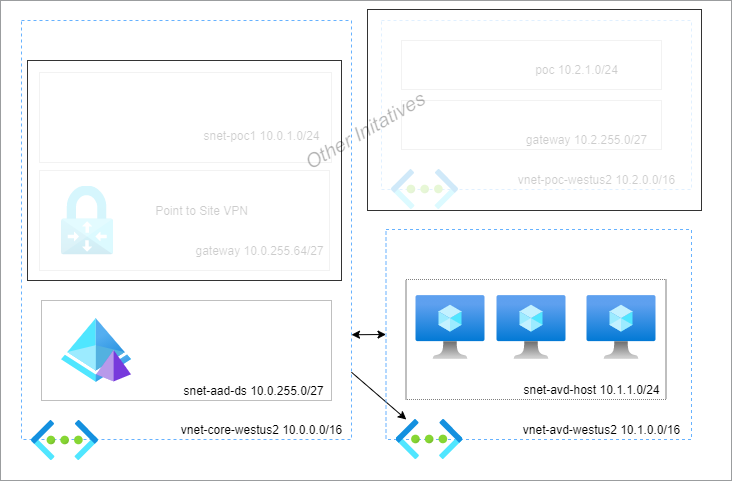
Before: docs/networkoverview.png, a diagram exported from draw.io (surbhiagarwal1601/avd_automation). Source tidied: cells renumbered, new cells last; positions are measured from the earlier drawing's top-left corner, leaving out a move shared by most shapes. Its diagram source:
```xml
<mxGraphModel>
  <root>
    <mxCell id="0" />
    <mxCell id="1" parent="0" />
    <mxCell id="2" style="whiteSpace=wrap;html=1;dashed=1;dashPattern=1 1;strokeColor=#36393d;fillColor=#FFFFFF;" parent="1" vertex="1">
      <mxGeometry width="731" height="480" as="geometry" />
    </mxCell>
    <mxCell id="3" style="edgeStyle=none;html=1;" parent="1" edge="1" source="4" target="12">
      <mxGeometry relative="1" as="geometry" />
    </mxCell>
    <mxCell id="4" style="whiteSpace=wrap;html=1;fillColor=none;dashed=1;strokeColor=#66B2FF;" parent="1" vertex="1">
      <mxGeometry x="21" y="20" width="330" height="419" as="geometry" />
    </mxCell>
    <mxCell id="5" style="whiteSpace=wrap;html=1;dashed=1;strokeColor=#808080;fillColor=none;dashPattern=1 1;" parent="1" vertex="1">
      <mxGeometry x="41" y="300" width="290" height="100" as="geometry" />
    </mxCell>
    <mxCell id="6" style="html=1;align=center;image;fontSize=12;image=img/lib/azure2/networking/Virtual_Networks.svg;" parent="1" vertex="1">
      <mxGeometry x="31" y="420" width="67" height="40" as="geometry" />
    </mxCell>
    <mxCell id="7" style="edgeStyle=none;html=1;startArrow=classic;startFill=1;strokeColor=#000000;entryX=1;entryY=0.75;entryDx=0;entryDy=0;exitX=0;exitY=0.5;exitDx=0;exitDy=0;" parent="1" edge="1" source="8" target="4">
      <mxGeometry relative="1" as="geometry" />
    </mxCell>
    <mxCell id="8" style="whiteSpace=wrap;html=1;fillColor=none;dashed=1;strokeColor=#66B2FF;" parent="1" vertex="1">
      <mxGeometry x="385.5" y="229" width="305.5" height="210" as="geometry" />
    </mxCell>
    <mxCell id="9" value="vnet-core-westus2 10.0.0.0/16" style="text;html=1;align=center;verticalAlign=middle;fillColor=none;strokeColor=none;rounded=0;dashed=1;dashPattern=1 1;fontColor=#000000;" parent="1" vertex="1">
      <mxGeometry x="171" y="419" width="180" height="20" as="geometry" />
    </mxCell>
    <mxCell id="10" value="snet-aad-ds 10.0.255.0/27" style="text;html=1;align=center;verticalAlign=middle;fillColor=none;strokeColor=none;rounded=0;dashed=1;dashPattern=1 1;fontColor=#000000;" parent="1" vertex="1">
      <mxGeometry x="173" y="380" width="160" height="20" as="geometry" />
    </mxCell>
    <mxCell id="11" style="whiteSpace=wrap;html=1;dashed=1;strokeColor=#808080;fillColor=none;dashPattern=1 1;" parent="1" vertex="1">
      <mxGeometry x="405.5" y="279" width="260" height="120" as="geometry" />
    </mxCell>
    <mxCell id="12" style="html=1;points=[];align=center;image;fontSize=12;image=img/lib/azure2/networking/Virtual_Networks.svg;" parent="1" vertex="1">
      <mxGeometry x="395.5" y="419" width="67" height="40" as="geometry" />
    </mxCell>
    <mxCell id="13" value="vnet-avd-westus2 10.1.0.0/16" style="text;html=1;align=center;verticalAlign=middle;fillColor=none;strokeColor=none;rounded=0;dashed=1;dashPattern=1 1;fontColor=#000000;" parent="1" vertex="1">
      <mxGeometry x="515.5" y="419" width="170" height="20" as="geometry" />
    </mxCell>
    <mxCell id="14" value="snet-avd-host 10.1.1.0/24" style="text;html=1;align=center;verticalAlign=middle;fillColor=none;strokeColor=none;rounded=0;dashed=1;dashPattern=1 1;fontColor=#000000;" parent="1" vertex="1">
      <mxGeometry x="515.5" y="379" width="150" height="20" as="geometry" />
    </mxCell>
    <mxCell id="15" style="html=1;align=center;image;fontSize=12;image=img/lib/azure2/compute/Virtual_Machine.svg;dashed=1;dashPattern=1 1;strokeColor=#808080;fillColor=none;" parent="1" vertex="1">
      <mxGeometry x="415.5" y="295" width="69" height="64" as="geometry" />
    </mxCell>
    <mxCell id="16" style="html=1;align=center;image;fontSize=12;image=img/lib/azure2/compute/Virtual_Machine.svg;dashed=1;dashPattern=1 1;strokeColor=#808080;fillColor=none;" parent="1" vertex="1">
      <mxGeometry x="496.5" y="295" width="69" height="64" as="geometry" />
    </mxCell>
    <mxCell id="17" style="html=1;align=center;image;fontSize=12;image=img/lib/azure2/compute/Virtual_Machine.svg;dashed=1;dashPattern=1 1;strokeColor=#808080;fillColor=none;" parent="1" vertex="1">
      <mxGeometry x="586.5" y="295" width="69" height="64" as="geometry" />
    </mxCell>
    <mxCell id="18" style="html=1;align=center;image;fontSize=12;image=img/lib/azure2/identity/Azure_AD_Domain_Services.svg;dashed=1;dashPattern=1 1;strokeColor=#808080;fillColor=none;" parent="1" vertex="1">
      <mxGeometry x="61" y="318" width="70" height="64" as="geometry" />
    </mxCell>
    <mxCell id="19" style="whiteSpace=wrap;html=1;fillColor=none;dashed=1;strokeColor=#66B2FF;" parent="1" vertex="1">
      <mxGeometry x="381" y="20" width="310" height="169" as="geometry" />
    </mxCell>
    <mxCell id="20" style="whiteSpace=wrap;html=1;dashed=1;strokeColor=#808080;fillColor=none;dashPattern=1 1;" parent="1" vertex="1">
      <mxGeometry x="401" y="100" width="260" height="49" as="geometry" />
    </mxCell>
    <mxCell id="21" style="html=1;align=center;image;fontSize=12;image=img/lib/azure2/networking/Virtual_Networks.svg;" parent="1" vertex="1">
      <mxGeometry x="391" y="169" width="67" height="40" as="geometry" />
    </mxCell>
    <mxCell id="22" value="vnet-poc-westus2 10.2.0.0/16" style="text;html=1;align=center;verticalAlign=middle;fillColor=none;strokeColor=none;rounded=0;dashed=1;dashPattern=1 1;fontColor=#000000;" parent="1" vertex="1">
      <mxGeometry x="511" y="169" width="170" height="20" as="geometry" />
    </mxCell>
    <mxCell id="23" value="gateway 10.2.255.0/27" style="text;html=1;align=center;verticalAlign=middle;fillColor=none;strokeColor=none;rounded=0;dashed=1;dashPattern=1 1;fontColor=#000000;" parent="1" vertex="1">
      <mxGeometry x="516" y="129" width="140" height="20" as="geometry" />
    </mxCell>
    <mxCell id="24" style="whiteSpace=wrap;html=1;dashed=1;strokeColor=#808080;fillColor=none;dashPattern=1 1;" parent="1" vertex="1">
      <mxGeometry x="401" y="40" width="260" height="49" as="geometry" />
    </mxCell>
    <mxCell id="25" value="poc 10.2.1.0/24" style="text;html=1;align=center;verticalAlign=middle;fillColor=none;strokeColor=none;rounded=0;dashed=1;dashPattern=1 1;fontColor=#000000;" parent="1" vertex="1">
      <mxGeometry x="526" y="59" width="100" height="20" as="geometry" />
    </mxCell>
    <mxCell id="26" style="whiteSpace=wrap;html=1;dashed=1;strokeColor=#808080;fillColor=none;dashPattern=1 1;" parent="1" vertex="1">
      <mxGeometry x="39" y="170" width="290" height="100" as="geometry" />
    </mxCell>
    <mxCell id="27" style="whiteSpace=wrap;html=1;dashed=1;strokeColor=#808080;fillColor=none;dashPattern=1 1;" parent="1" vertex="1">
      <mxGeometry x="39" y="72" width="292" height="90" as="geometry" />
    </mxCell>
    <mxCell id="28" value="snet-poc1 10.0.1.0/24" style="text;html=1;align=center;verticalAlign=middle;fillColor=none;strokeColor=none;rounded=0;dashed=1;dashPattern=1 1;fontColor=#000000;" parent="1" vertex="1">
      <mxGeometry x="196" y="125" width="130" height="20" as="geometry" />
    </mxCell>
    <mxCell id="29" value="gateway 10.0.255.64/27" style="text;html=1;align=center;verticalAlign=middle;fillColor=none;strokeColor=none;rounded=0;dashed=1;dashPattern=1 1;fontColor=#000000;" parent="1" vertex="1">
      <mxGeometry x="189" y="240" width="140" height="20" as="geometry" />
    </mxCell>
    <mxCell id="30" style="html=1;align=center;image;fontSize=12;image=img/lib/azure2/networking/Virtual_Network_Gateways.svg;" parent="1" vertex="1">
      <mxGeometry x="61" y="185.5" width="52" height="69" as="geometry" />
    </mxCell>
    <mxCell id="31" value="&lt;font color=&quot;#000000&quot;&gt;Point to Site VPN&lt;/font&gt;" style="text;html=1;align=center;verticalAlign=middle;fillColor=none;strokeColor=none;rounded=0;" parent="1" vertex="1">
      <mxGeometry x="146" y="200" width="110" height="20" as="geometry" />
    </mxCell>
    <mxCell id="32" style="whiteSpace=wrap;html=1;fontColor=#000000;fillColor=#FFFFFF;gradientColor=none;opacity=80;" parent="1" vertex="1">
      <mxGeometry x="27" y="60" width="314" height="220" as="geometry" />
    </mxCell>
    <mxCell id="33" style="whiteSpace=wrap;html=1;fontColor=#000000;fillColor=#FFFFFF;gradientColor=none;opacity=80;" parent="1" vertex="1">
      <mxGeometry x="367" y="9" width="334" height="201" as="geometry" />
    </mxCell>
    <mxCell id="34" value="&lt;i style=&quot;font-size: 20px;&quot;&gt;&lt;font style=&quot;font-size: 20px;&quot;&gt;Other Initatives&lt;/font&gt;&lt;/i&gt;" style="text;html=1;align=center;verticalAlign=middle;rounded=0;rotation=-30;fillColor=none;fontColor=#000000;strokeColor=none;opacity=40;fontSize=20;textOpacity=30;" parent="1" vertex="1">
      <mxGeometry x="288.5" y="115" width="150" height="30" as="geometry" />
    </mxCell>
  </root>
</mxGraphModel>
```
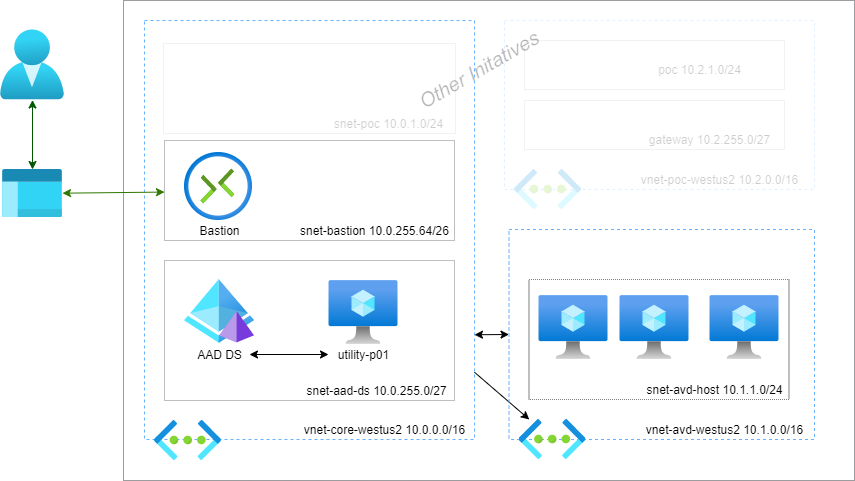
After the commit.

Change to the diagram source:
```diff
@@ -12,7 +12,7 @@
       <mxGeometry x="21" y="20" width="330" height="419" as="geometry" />
     </mxCell>
     <mxCell id="5" style="whiteSpace=wrap;html=1;dashed=1;strokeColor=#808080;fillColor=none;dashPattern=1 1;" parent="1" vertex="1">
-      <mxGeometry x="41" y="300" width="290" height="100" as="geometry" />
+      <mxGeometry x="41" y="260" width="290" height="140" as="geometry" />
     </mxCell>
     <mxCell id="6" style="html=1;align=center;image;fontSize=12;image=img/lib/azure2/networking/Virtual_Networks.svg;" parent="1" vertex="1">
       <mxGeometry x="31" y="420" width="67" height="40" as="geometry" />
@@ -51,7 +51,7 @@
       <mxGeometry x="586.5" y="295" width="69" height="64" as="geometry" />
     </mxCell>
     <mxCell id="18" style="html=1;align=center;image;fontSize=12;image=img/lib/azure2/identity/Azure_AD_Domain_Services.svg;dashed=1;dashPattern=1 1;strokeColor=#808080;fillColor=none;" parent="1" vertex="1">
-      <mxGeometry x="61" y="318" width="70" height="64" as="geometry" />
+      <mxGeometry x="61" y="279" width="70" height="64" as="geometry" />
     </mxCell>
     <mxCell id="19" style="whiteSpace=wrap;html=1;fillColor=none;dashed=1;strokeColor=#66B2FF;" parent="1" vertex="1">
       <mxGeometry x="381" y="20" width="310" height="169" as="geometry" />
@@ -75,31 +75,55 @@
       <mxGeometry x="526" y="59" width="100" height="20" as="geometry" />
     </mxCell>
     <mxCell id="26" style="whiteSpace=wrap;html=1;dashed=1;strokeColor=#808080;fillColor=none;dashPattern=1 1;" parent="1" vertex="1">
-      <mxGeometry x="39" y="170" width="290" height="100" as="geometry" />
+      <mxGeometry x="41" y="140" width="290" height="100" as="geometry" />
     </mxCell>
     <mxCell id="27" style="whiteSpace=wrap;html=1;dashed=1;strokeColor=#808080;fillColor=none;dashPattern=1 1;" parent="1" vertex="1">
-      <mxGeometry x="39" y="72" width="292" height="90" as="geometry" />
+      <mxGeometry x="40" y="43" width="292" height="90" as="geometry" />
     </mxCell>
-    <mxCell id="28" value="snet-poc1 10.0.1.0/24" style="text;html=1;align=center;verticalAlign=middle;fillColor=none;strokeColor=none;rounded=0;dashed=1;dashPattern=1 1;fontColor=#000000;" parent="1" vertex="1">
-      <mxGeometry x="196" y="125" width="130" height="20" as="geometry" />
+    <mxCell id="28" value="snet-poc 10.0.1.0/24" style="text;html=1;align=center;verticalAlign=middle;fillColor=none;strokeColor=none;rounded=0;dashed=1;dashPattern=1 1;fontColor=#000000;" parent="1" vertex="1">
+      <mxGeometry x="200" y="113" width="130" height="20" as="geometry" />
     </mxCell>
-    <mxCell id="29" value="gateway 10.0.255.64/27" style="text;html=1;align=center;verticalAlign=middle;fillColor=none;strokeColor=none;rounded=0;dashed=1;dashPattern=1 1;fontColor=#000000;" parent="1" vertex="1">
-      <mxGeometry x="189" y="240" width="140" height="20" as="geometry" />
+    <mxCell id="29" value="snet-bastion 10.0.255.64/26" style="text;html=1;align=center;verticalAlign=middle;fillColor=none;strokeColor=none;rounded=0;dashed=1;dashPattern=1 1;fontColor=#000000;" parent="1" vertex="1">
+      <mxGeometry x="171" y="220" width="160" height="20" as="geometry" />
     </mxCell>
-    <mxCell id="30" style="html=1;align=center;image;fontSize=12;image=img/lib/azure2/networking/Virtual_Network_Gateways.svg;" parent="1" vertex="1">
-      <mxGeometry x="61" y="185.5" width="52" height="69" as="geometry" />
-    </mxCell>
-    <mxCell id="31" value="&lt;font color=&quot;#000000&quot;&gt;Point to Site VPN&lt;/font&gt;" style="text;html=1;align=center;verticalAlign=middle;fillColor=none;strokeColor=none;rounded=0;" parent="1" vertex="1">
-      <mxGeometry x="146" y="200" width="110" height="20" as="geometry" />
-    </mxCell>
-    <mxCell id="32" style="whiteSpace=wrap;html=1;fontColor=#000000;fillColor=#FFFFFF;gradientColor=none;opacity=80;" parent="1" vertex="1">
-      <mxGeometry x="27" y="60" width="314" height="220" as="geometry" />
-    </mxCell>
-    <mxCell id="33" style="whiteSpace=wrap;html=1;fontColor=#000000;fillColor=#FFFFFF;gradientColor=none;opacity=80;" parent="1" vertex="1">
+    <mxCell id="33" style="whiteSpace=wrap;html=1;fontColor=#000000;fillColor=#FFFFFF;gradientColor=none;opacity=80;strokeColor=none;" parent="1" vertex="1">
       <mxGeometry x="367" y="9" width="334" height="201" as="geometry" />
     </mxCell>
+    <mxCell id="35" style="html=1;align=center;image;fontSize=12;image=img/lib/azure2/compute/Virtual_Machine.svg;dashed=1;dashPattern=1 1;strokeColor=#808080;fillColor=none;" parent="1" vertex="1">
+      <mxGeometry x="205.5" y="280" width="69" height="64" as="geometry" />
+    </mxCell>
+    <mxCell id="36" style="edgeStyle=none;html=1;startArrow=classic;startFill=1;endArrow=classic;endFill=1;" parent="1" edge="1" source="37" target="38">
+      <mxGeometry relative="1" as="geometry" />
+    </mxCell>
+    <mxCell id="37" value="&lt;font color=&quot;#000000&quot;&gt;utility-p01&lt;/font&gt;" style="text;html=1;align=center;verticalAlign=middle;points=[];fillColor=none;strokeColor=none;rounded=0;" parent="1" vertex="1">
+      <mxGeometry x="205" y="344" width="70" height="20" as="geometry" />
+    </mxCell>
+    <mxCell id="38" value="&lt;font color=&quot;#000000&quot;&gt;AAD DS&lt;/font&gt;" style="text;html=1;align=center;verticalAlign=middle;points=[];fillColor=none;strokeColor=none;rounded=0;" parent="1" vertex="1">
+      <mxGeometry x="66" y="344" width="60" height="20" as="geometry" />
+    </mxCell>
+    <mxCell id="39" style="whiteSpace=wrap;html=1;fontColor=#000000;fillColor=#FFFFFF;gradientColor=none;opacity=80;strokeColor=none;" parent="1" vertex="1">
+      <mxGeometry x="31" y="38" width="310" height="100" as="geometry" />
+    </mxCell>
     <mxCell id="34" value="&lt;i style=&quot;font-size: 20px;&quot;&gt;&lt;font style=&quot;font-size: 20px;&quot;&gt;Other Initatives&lt;/font&gt;&lt;/i&gt;" style="text;html=1;align=center;verticalAlign=middle;rounded=0;rotation=-30;fillColor=none;fontColor=#000000;strokeColor=none;opacity=40;fontSize=20;textOpacity=30;" parent="1" vertex="1">
-      <mxGeometry x="288.5" y="115" width="150" height="30" as="geometry" />
+      <mxGeometry x="280" y="54" width="150" height="30" as="geometry" />
     </mxCell>
+    <mxCell id="40" style="html=1;points=[];align=center;image;fontSize=12;image=img/lib/azure2/identity/Users.svg;" parent="1" vertex="1">
+      <mxGeometry x="-123" y="29.5" width="64" height="70" as="geometry" />
+    </mxCell>
+    <mxCell id="41" style="edgeStyle=none;html=1;startArrow=classic;startFill=1;fillColor=#008a00;strokeColor=#005700;" parent="1" edge="1" source="42" target="40">
+      <mxGeometry relative="1" as="geometry" />
+    </mxCell>
+    <mxCell id="42" style="html=1;points=[];align=center;image;fontSize=12;image=img/lib/azure2/general/Management_Portal.svg;" parent="1" vertex="1">
+      <mxGeometry x="-121" y="169" width="60" height="48" as="geometry" />
+    </mxCell>
+    <mxCell id="43" style="html=1;align=center;image;fontSize=12;image=img/lib/azure2/networking/Connections.svg;" parent="1" vertex="1">
+      <mxGeometry x="61" y="152" width="68" height="68" as="geometry" />
+    </mxCell>
+    <mxCell id="44" value="&lt;font color=&quot;#000000&quot;&gt;Bastion&lt;/font&gt;" style="text;html=1;align=center;verticalAlign=middle;fillColor=none;strokeColor=none;rounded=0;" parent="1" vertex="1">
+      <mxGeometry x="66" y="220" width="60" height="20" as="geometry" />
+    </mxCell>
+    <mxCell id="45" style="edgeStyle=none;html=1;startArrow=classic;startFill=1;endArrow=classic;endFill=1;fillColor=#60a917;strokeColor=#2D7600;" parent="1" edge="1" source="42" target="26">
+      <mxGeometry relative="1" as="geometry" />
+    </mxCell>
   </root>
 </mxGraphModel>
```
